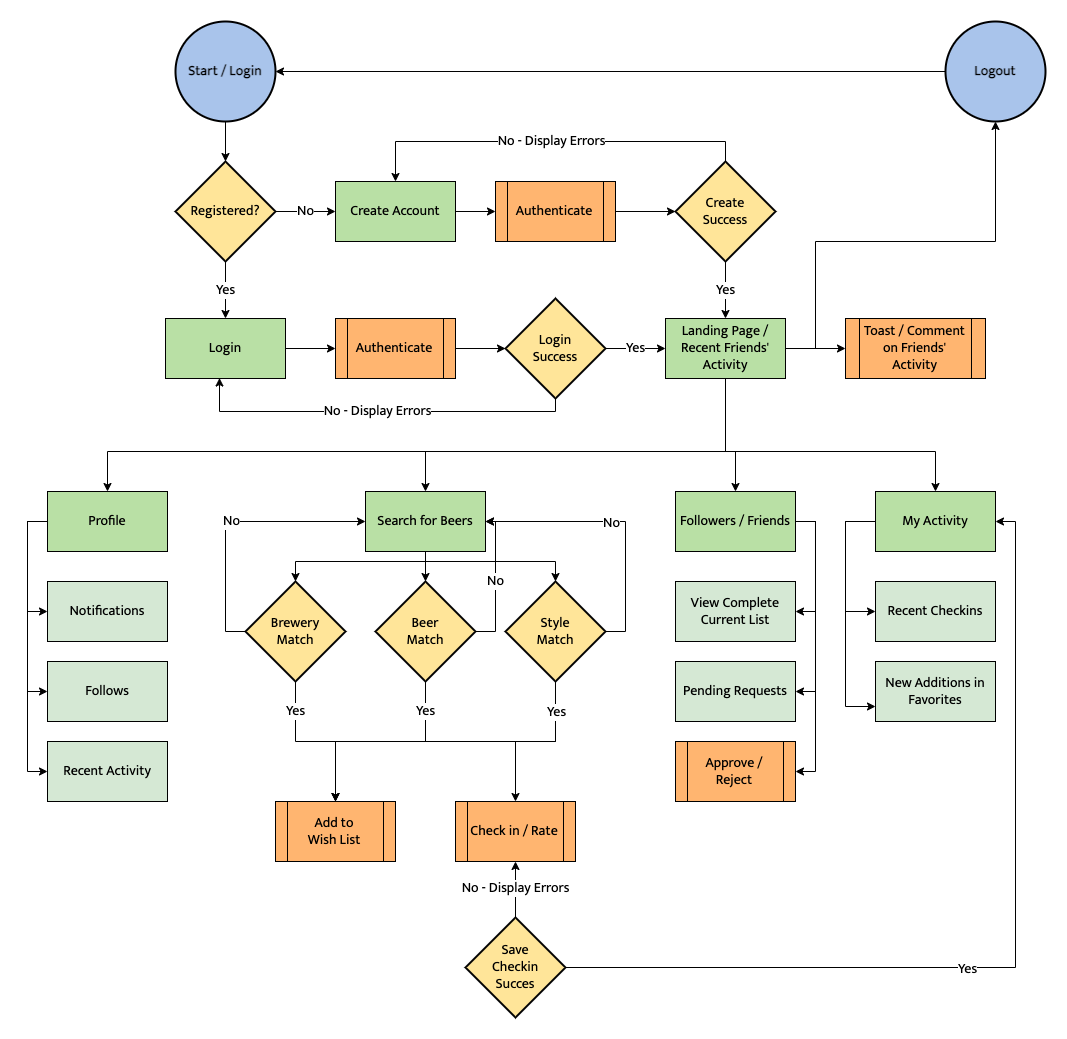
The draw.io diagram Hopps Hunter User Flow Diagram.png in shaunwo/hopps-hunter, before a commit. Source tidied: cells renumbered, new cells last; positions are measured from the earlier drawing's top-left corner, leaving out a move shared by most shapes.
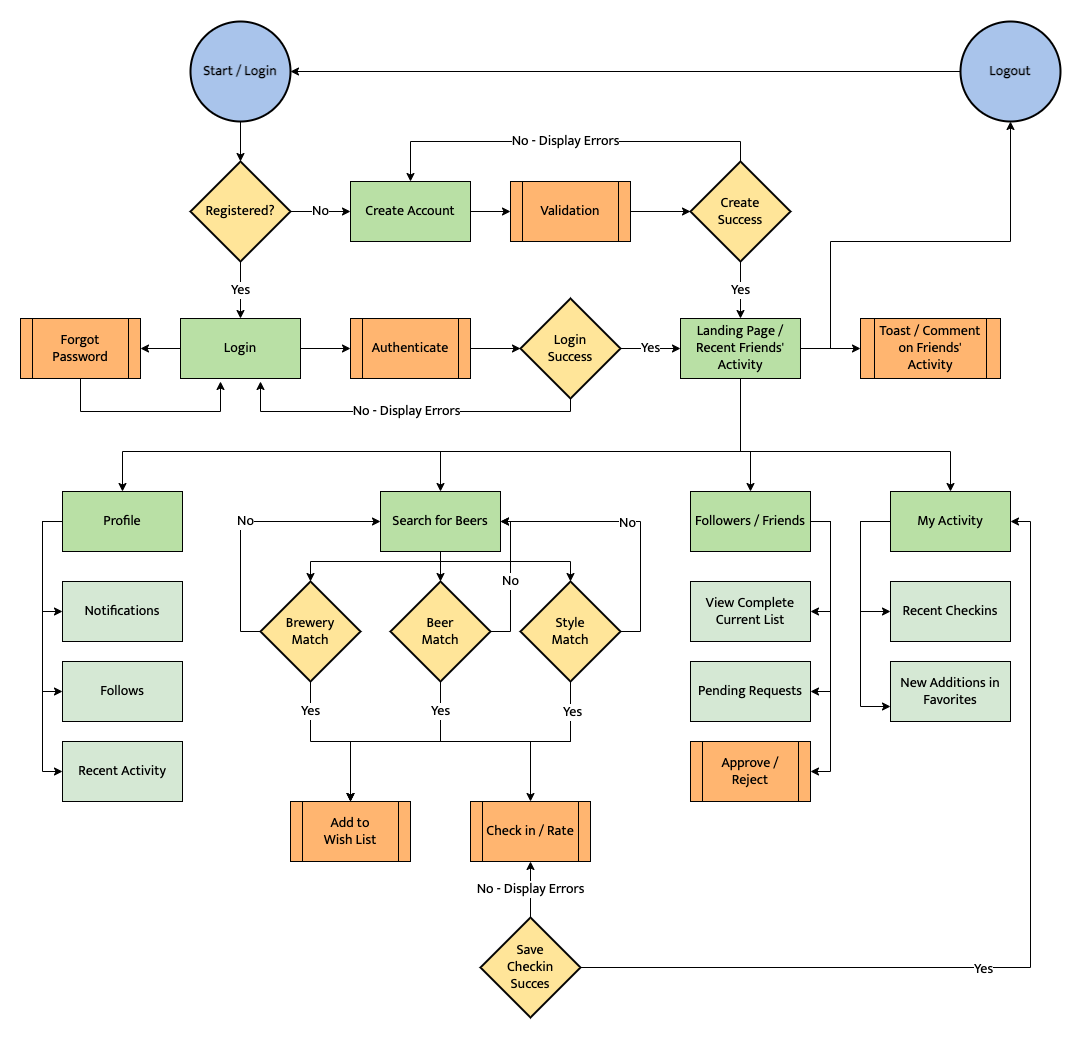
After the change.

Commit message:
Added Forgot Password process to user flow

Diff of the diagram source:
```diff
@@ -19,11 +19,12 @@
     <mxCell id="6" value="Yes" style="edgeStyle=orthogonalEdgeStyle;rounded=0;jettySize=auto;html=1;exitX=1;exitY=0.5;exitDx=0;exitDy=0;exitPerimeter=0;entryX=0;entryY=0.5;entryDx=0;entryDy=0;fontFamily=Mukta;fontSource=https%3A%2F%2Ffonts.googleapis.com%2Fcss%3Ffamily%3DMukta;fontSize=14;" parent="1" edge="1" source="8" target="27">
       <mxGeometry relative="1" as="geometry" />
     </mxCell>
-    <mxCell id="7" value="No - Display Errors" style="edgeStyle=orthogonalEdgeStyle;rounded=0;jettySize=auto;html=1;exitX=0.5;exitY=1;exitDx=0;exitDy=0;exitPerimeter=0;entryX=0.45;entryY=0.992;entryDx=0;entryDy=0;entryPerimeter=0;fontFamily=Mukta;fontSource=https%3A%2F%2Ffonts.googleapis.com%2Fcss%3Ffamily%3DMukta;fontSize=14;" parent="1" edge="1" source="8" target="13">
+    <mxCell id="7" value="No - Display Errors" style="edgeStyle=orthogonalEdgeStyle;rounded=0;jettySize=auto;html=1;exitX=0.5;exitY=1;exitDx=0;exitDy=0;exitPerimeter=0;fontFamily=Mukta;fontSource=https%3A%2F%2Ffonts.googleapis.com%2Fcss%3Ffamily%3DMukta;fontSize=14;" parent="1" edge="1" source="8">
       <mxGeometry relative="1" as="geometry">
+        <mxPoint x="198" y="360" as="targetPoint" />
         <Array as="points">
           <mxPoint x="508" y="390" />
-          <mxPoint x="172" y="390" />
+          <mxPoint x="198" y="390" />
         </Array>
       </mxGeometry>
     </mxCell>
@@ -42,6 +43,9 @@
     <mxCell id="12" style="edgeStyle=orthogonalEdgeStyle;rounded=0;jettySize=auto;html=1;exitX=1;exitY=0.5;exitDx=0;exitDy=0;entryX=0;entryY=0.5;entryDx=0;entryDy=0;fontFamily=Mukta;fontSource=https%3A%2F%2Ffonts.googleapis.com%2Fcss%3Ffamily%3DMukta;fontSize=14;" parent="1" edge="1" source="13" target="5">
       <mxGeometry relative="1" as="geometry" />
     </mxCell>
+    <mxCell id="72" style="edgeStyle=orthogonalEdgeStyle;rounded=0;jettySize=auto;html=1;exitX=0;exitY=0.5;exitDx=0;exitDy=0;entryX=1;entryY=0.5;entryDx=0;entryDy=0;" parent="1" edge="1" source="13" target="74">
+      <mxGeometry relative="1" as="geometry" />
+    </mxCell>
     <mxCell id="13" value="Login" style="rounded=0;whiteSpace=wrap;html=1;fontFamily=Mukta;fontSource=https%3A%2F%2Ffonts.googleapis.com%2Fcss%3Ffamily%3DMukta;fontSize=14;fillColor=#B9E0A5;" parent="1" vertex="1">
       <mxGeometry x="118" y="297" width="120" height="60" as="geometry" />
     </mxCell>
@@ -63,7 +67,7 @@
     <mxCell id="19" style="edgeStyle=orthogonalEdgeStyle;rounded=0;jettySize=auto;html=1;exitX=1;exitY=0.5;exitDx=0;exitDy=0;entryX=0;entryY=0.5;entryDx=0;entryDy=0;entryPerimeter=0;fontFamily=Mukta;fontSource=https%3A%2F%2Ffonts.googleapis.com%2Fcss%3Ffamily%3DMukta;fontSize=14;" parent="1" edge="1" source="20" target="18">
       <mxGeometry relative="1" as="geometry" />
     </mxCell>
-    <mxCell id="20" value="Authenticate" style="shape=process;whiteSpace=wrap;html=1;backgroundOutline=1;fontFamily=Mukta;fontSource=https%3A%2F%2Ffonts.googleapis.com%2Fcss%3Ffamily%3DMukta;fontSize=14;fillColor=#FFB570;" parent="1" vertex="1">
+    <mxCell id="20" value="Validation" style="shape=process;whiteSpace=wrap;html=1;backgroundOutline=1;fontFamily=Mukta;fontSource=https%3A%2F%2Ffonts.googleapis.com%2Fcss%3Ffamily%3DMukta;fontSize=14;fillColor=#FFB570;" parent="1" vertex="1">
       <mxGeometry x="448" y="160" width="120" height="60" as="geometry" />
     </mxCell>
     <mxCell id="21" style="edgeStyle=orthogonalEdgeStyle;rounded=0;jettySize=auto;html=1;exitX=0.5;exitY=1;exitDx=0;exitDy=0;entryX=0.5;entryY=0;entryDx=0;entryDy=0;fontFamily=Mukta;fontSource=https%3A%2F%2Ffonts.googleapis.com%2Fcss%3Ffamily%3DMukta;fontSize=14;" parent="1" edge="1" source="27" target="31">
@@ -272,5 +276,17 @@
     <mxCell id="71" value="&lt;font style=&quot;font-size: 14px;&quot; face=&quot;Mukta&quot;&gt;&lt;b&gt;Logout&lt;/b&gt;&lt;/font&gt;" style="strokeWidth=2;html=1;shape=mxgraph.flowchart.start_2;whiteSpace=wrap;fillColor=#A9C4EB;" parent="1" vertex="1">
       <mxGeometry x="898" width="100" height="100" as="geometry" />
     </mxCell>
+    <mxCell id="73" style="edgeStyle=orthogonalEdgeStyle;rounded=0;jettySize=auto;html=1;exitX=0.5;exitY=1;exitDx=0;exitDy=0;" parent="1" edge="1" source="74">
+      <mxGeometry relative="1" as="geometry">
+        <mxPoint x="158" y="360" as="targetPoint" />
+        <Array as="points">
+          <mxPoint x="18" y="390" />
+          <mxPoint x="158" y="390" />
+        </Array>
+      </mxGeometry>
+    </mxCell>
+    <mxCell id="74" value="Forgot Password" style="shape=process;whiteSpace=wrap;html=1;backgroundOutline=1;fontFamily=Mukta;fontSource=https%3A%2F%2Ffonts.googleapis.com%2Fcss%3Ffamily%3DMukta;fontSize=14;fillColor=#FFB570;" parent="1" vertex="1">
+      <mxGeometry x="-42" y="297" width="120" height="60" as="geometry" />
+    </mxCell>
   </root>
 </mxGraphModel>
```
